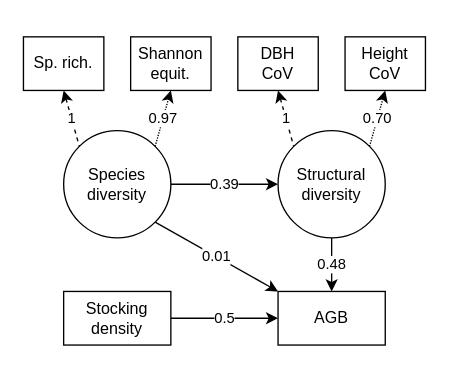
Earlier version of the draw.io diagram sem_path_diag/struc.drawio (johngodlee/southern_african_befr). Source tidied: cells renumbered, new cells numbered last; positions are measured from the earlier drawing's top-left corner, leaving out a move shared by most shapes. Both pictures are drawn from the tidied source at 134%, with x=0, y=0 at pixel (23, 36).
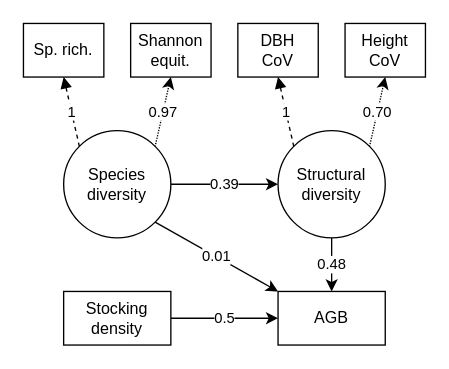
The same page after the edit.

Diff of the diagram source:
```diff
@@
 <mxGraphModel>
   <root>
     <mxCell id="0" />
     <mxCell id="1" parent="0" />
     <mxCell id="2" value="AGB" style="rounded=1;whiteSpace=wrap;html=1;fontSize=12;glass=0;strokeWidth=1;shadow=0;arcSize=0;align=center;fontStyle=0;" parent="1" vertex="1">
       <mxGeometry x="190" y="190" width="80" height="40" as="geometry" />
     </mxCell>
     <mxCell id="3" value="0.5" style="edgeStyle=orthogonalEdgeStyle;rounded=0;jettySize=auto;html=1;" parent="1" edge="1" source="4" target="2">
       <mxGeometry relative="1" as="geometry" />
     </mxCell>
     <mxCell id="4" value="Stocking density" style="rounded=1;whiteSpace=wrap;html=1;fontSize=12;glass=0;strokeWidth=1;shadow=0;arcSize=0;align=center;fontStyle=0;" parent="1" vertex="1">
       <mxGeometry x="30" y="190" width="80" height="40" as="geometry" />
     </mxCell>
     <mxCell id="5" value="0.01" style="rounded=0;jettySize=auto;html=1;exitX=1;exitY=1;exitDx=0;exitDy=0;entryX=0;entryY=0;entryDx=0;entryDy=0;" parent="1" edge="1" source="7" target="2">
       <mxGeometry relative="1" as="geometry" />
     </mxCell>
     <mxCell id="6" value="0.39" style="edgeStyle=none;rounded=0;jettySize=auto;html=1;exitX=1;exitY=0.5;exitDx=0;exitDy=0;entryX=0;entryY=0.5;entryDx=0;entryDy=0;" parent="1" edge="1" source="7" target="9">
       <mxGeometry relative="1" as="geometry" />
     </mxCell>
     <mxCell id="7" value="Species&lt;br&gt;diversity" style="ellipse;whiteSpace=wrap;html=1;" parent="1" vertex="1">
       <mxGeometry x="30" y="70" width="80" height="80" as="geometry" />
     </mxCell>
     <mxCell id="8" value="0.48" style="edgeStyle=orthogonalEdgeStyle;rounded=0;jettySize=auto;html=1;" parent="1" edge="1" source="9" target="2">
       <mxGeometry relative="1" as="geometry" />
     </mxCell>
     <mxCell id="9" value="Structural&lt;br&gt;diversity" style="ellipse;whiteSpace=wrap;html=1;" parent="1" vertex="1">
       <mxGeometry x="190" y="70" width="80" height="80" as="geometry" />
     </mxCell>
-    <mxCell id="10" value="1" style="rounded=0;jettySize=auto;html=1;exitX=0.5;exitY=1;exitDx=0;exitDy=0;entryX=0;entryY=0;entryDx=0;entryDy=0;startArrow=classic;startFill=1;endArrow=none;endFill=0;dashed=1;" parent="1" edge="1" source="11" target="7">
+    <mxCell id="10" value="1" style="rounded=0;jettySize=auto;html=1;exitX=0.5;exitY=1;exitDx=0;exitDy=0;entryX=0;entryY=0;entryDx=0;entryDy=0;startArrow=block;startFill=1;endArrow=none;endFill=0;dashed=1;strokeWidth=1;" parent="1" edge="1" source="11" target="7">
       <mxGeometry relative="1" as="geometry" />
     </mxCell>
     <mxCell id="11" value="Sp. rich." style="rounded=1;whiteSpace=wrap;html=1;fontSize=12;glass=0;strokeWidth=1;shadow=0;arcSize=0;align=center;fontStyle=0;" parent="1" vertex="1">
-      <mxGeometry width="60" height="40" as="geometry" />
+      <mxGeometry y="-10" width="60" height="40" as="geometry" />
     </mxCell>
     <mxCell id="12" value="0.97" style="rounded=0;jettySize=auto;html=1;exitX=0.5;exitY=1;exitDx=0;exitDy=0;entryX=1;entryY=0;entryDx=0;entryDy=0;startArrow=classic;startFill=1;endArrow=none;endFill=0;dashed=1;dashPattern=1 1;" parent="1" edge="1" source="13" target="7">
       <mxGeometry relative="1" as="geometry" />
     </mxCell>
     <mxCell id="13" value="Shannon equit." style="rounded=1;whiteSpace=wrap;html=1;fontSize=12;glass=0;strokeWidth=1;shadow=0;arcSize=0;align=center;fontStyle=0;" parent="1" vertex="1">
-      <mxGeometry x="80" width="60" height="40" as="geometry" />
+      <mxGeometry x="80" y="-10" width="60" height="40" as="geometry" />
     </mxCell>
-    <mxCell id="14" value="1" style="rounded=0;jettySize=auto;html=1;exitX=0.5;exitY=1;exitDx=0;exitDy=0;entryX=0;entryY=0;entryDx=0;entryDy=0;startArrow=classic;startFill=1;endArrow=none;endFill=0;dashed=1;" parent="1" edge="1" source="15" target="9">
+    <mxCell id="14" value="1" style="rounded=0;jettySize=auto;html=1;exitX=0.5;exitY=1;exitDx=0;exitDy=0;entryX=0;entryY=0;entryDx=0;entryDy=0;startArrow=block;startFill=1;endArrow=none;endFill=0;dashed=1;strokeWidth=1;" parent="1" edge="1" source="15" target="9">
       <mxGeometry relative="1" as="geometry" />
     </mxCell>
     <mxCell id="15" value="DBH&lt;br&gt;CoV" style="rounded=1;whiteSpace=wrap;html=1;fontSize=12;glass=0;strokeWidth=1;shadow=0;arcSize=0;align=center;fontStyle=0;" parent="1" vertex="1">
-      <mxGeometry x="160" width="60" height="40" as="geometry" />
+      <mxGeometry x="160" y="-10" width="60" height="40" as="geometry" />
     </mxCell>
     <mxCell id="16" value="0.70" style="rounded=0;jettySize=auto;html=1;exitX=0.5;exitY=1;exitDx=0;exitDy=0;entryX=1;entryY=0;entryDx=0;entryDy=0;startArrow=classic;startFill=1;endArrow=none;endFill=0;dashed=1;dashPattern=1 1;" parent="1" edge="1" source="17" target="9">
       <mxGeometry relative="1" as="geometry" />
     </mxCell>
     <mxCell id="17" value="Height&lt;br&gt;CoV" style="rounded=1;whiteSpace=wrap;html=1;fontSize=12;glass=0;strokeWidth=1;shadow=0;arcSize=0;align=center;fontStyle=0;" parent="1" vertex="1">
-      <mxGeometry x="240" width="60" height="40" as="geometry" />
+      <mxGeometry x="240" y="-10" width="60" height="40" as="geometry" />
     </mxCell>
   </root>
 </mxGraphModel>
```
